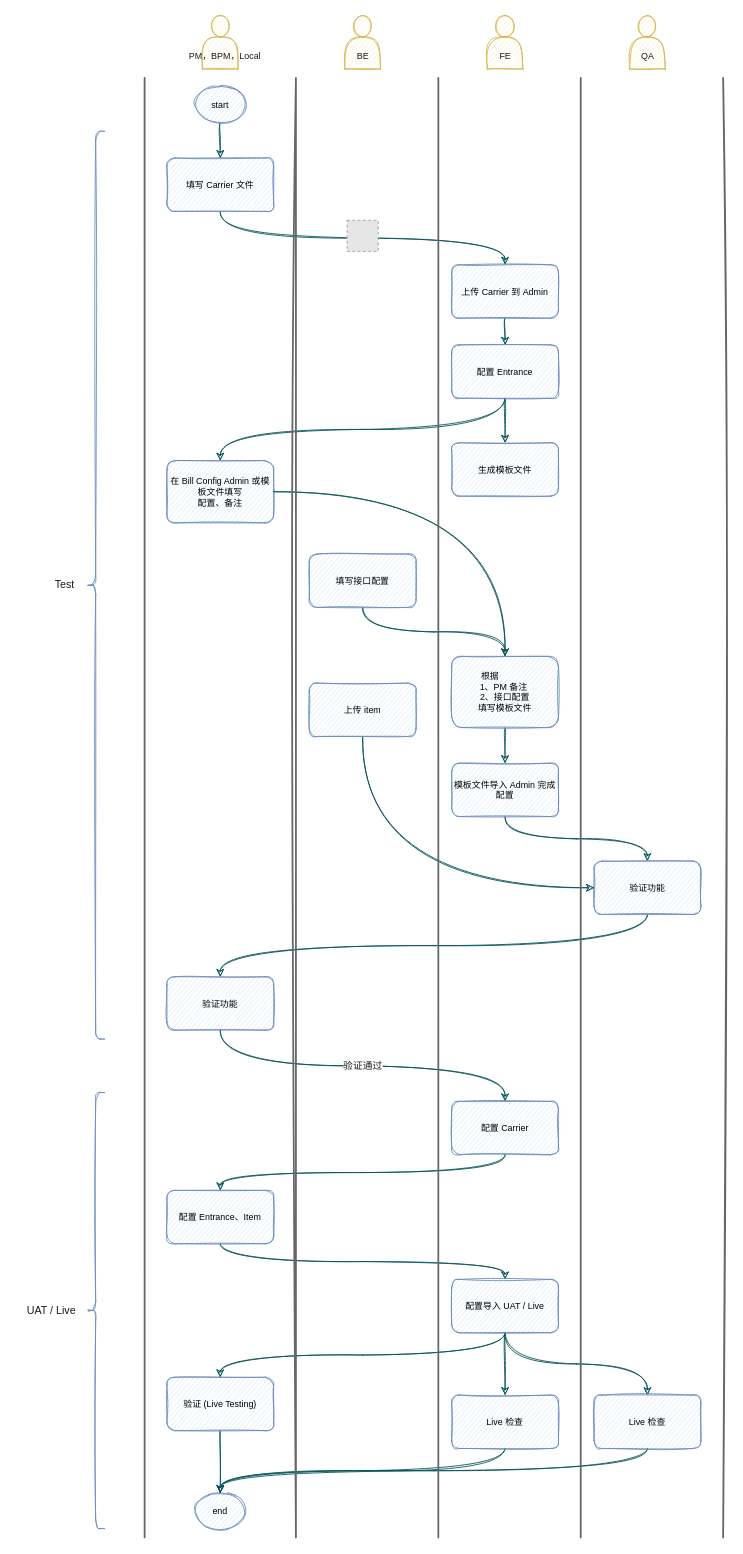
This is page "第 4 页" (5 of 7) of AutoBatchImportView.drawio from Darkindom/draw-the-diagrams, a draw.io file, before an edit. Source tidied: cells renumbered, new cells numbered last; positions are measured from the earlier drawing's top-left corner, leaving out a move shared by most shapes. Both pictures are drawn from the tidied source at 89%, with x=0, y=0 at pixel (15, 15). Pictures stored in the file or linked from it are replaced by grey dashed boxes.
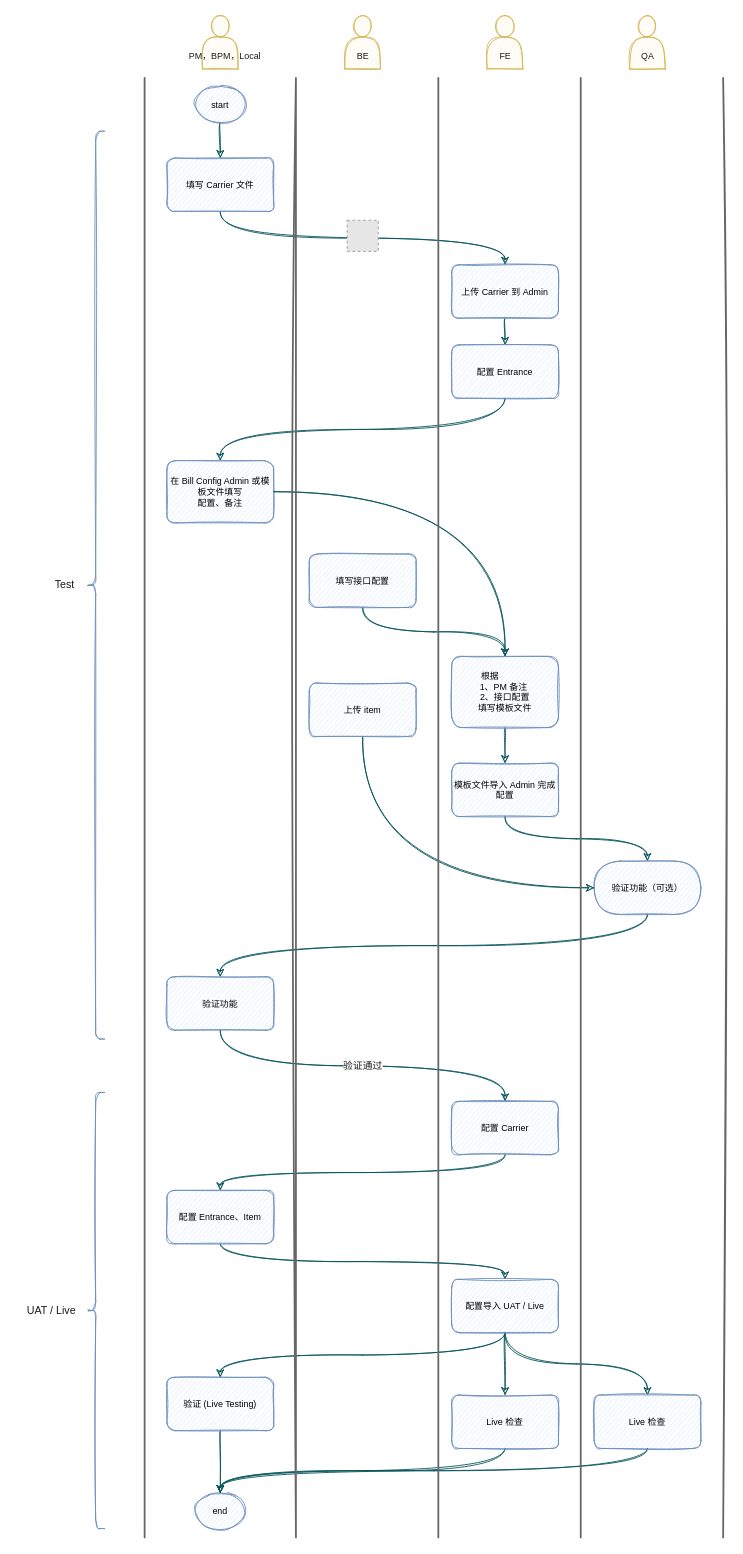
Above is the later version.

Unchanged cells that the change refers to:
```xml
<mxCell id="47" value="配置 Entrance" style="whiteSpace=wrap;html=1;fontSize=10;fontFamily=手札体-简;fillColor=#dae8fc;strokeColor=#6c8ebf;rounded=1;sketch=1;" parent="1" vertex="1">
  <mxGeometry x="490" y="370" width="120" height="60" as="geometry" />
</mxCell>
```

What changed in the source:
```diff
@@
-    <mxCell id="12" style="edgeStyle=orthogonalEdgeStyle;rounded=1;sketch=1;jettySize=auto;html=1;fontColor=#1A1A1A;strokeColor=#09555B;curved=1;exitX=0.5;exitY=1;exitDx=0;exitDy=0;" parent="1" edge="1" source="47" target="16">
-      <mxGeometry relative="1" as="geometry" />
-    </mxCell>
@@
-    <mxCell id="16" value="生成模板文件" style="whiteSpace=wrap;html=1;fontSize=10;fontFamily=手札体-简;fillColor=#dae8fc;strokeColor=#6c8ebf;rounded=1;sketch=1;" parent="1" vertex="1">
-      <mxGeometry x="490" y="480" width="120" height="60" as="geometry" />
-    </mxCell>
@@
-    <mxCell id="26" value="验证功能" style="whiteSpace=wrap;html=1;fontSize=10;fontFamily=手札体-简;fillColor=#dae8fc;strokeColor=#6c8ebf;rounded=1;sketch=1;" parent="1" vertex="1">
+    <mxCell id="26" value="验证功能（可选）" style="whiteSpace=wrap;html=1;fontSize=10;fontFamily=手札体-简;fillColor=#dae8fc;strokeColor=#6c8ebf;rounded=1;sketch=1;arcSize=50;" parent="1" vertex="1">
       <mxGeometry x="650" y="950" width="120" height="60" as="geometry" />
     </mxCell>
```
